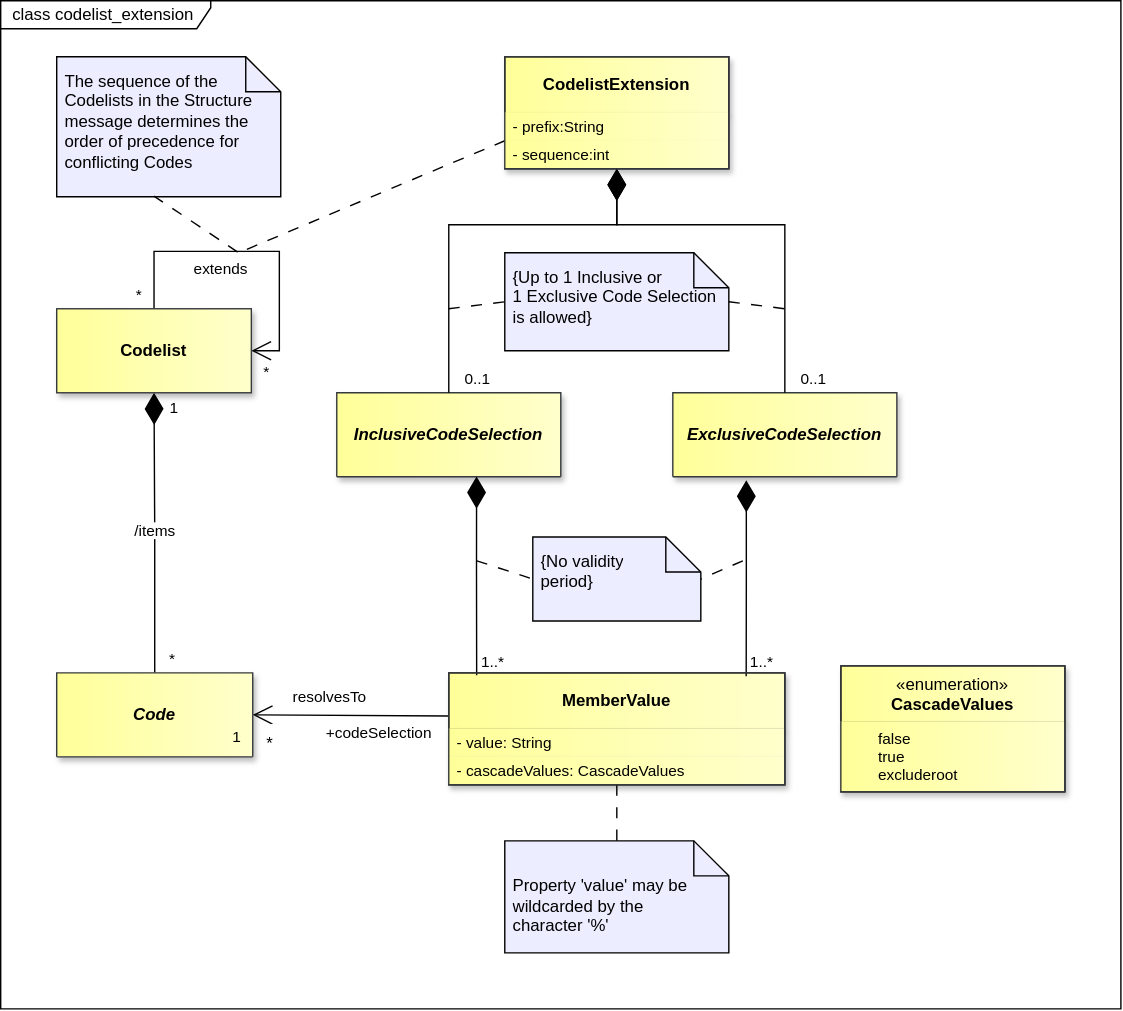
The draw.io diagram docs/information_model/media/sdmx_codelist-codelist_extension.svg in sdmx-twg/sdmx-im, before a commit. Source tidied: cells renumbered, new cells last; positions are measured from the earlier drawing's top-left corner, leaving out a move shared by most shapes.
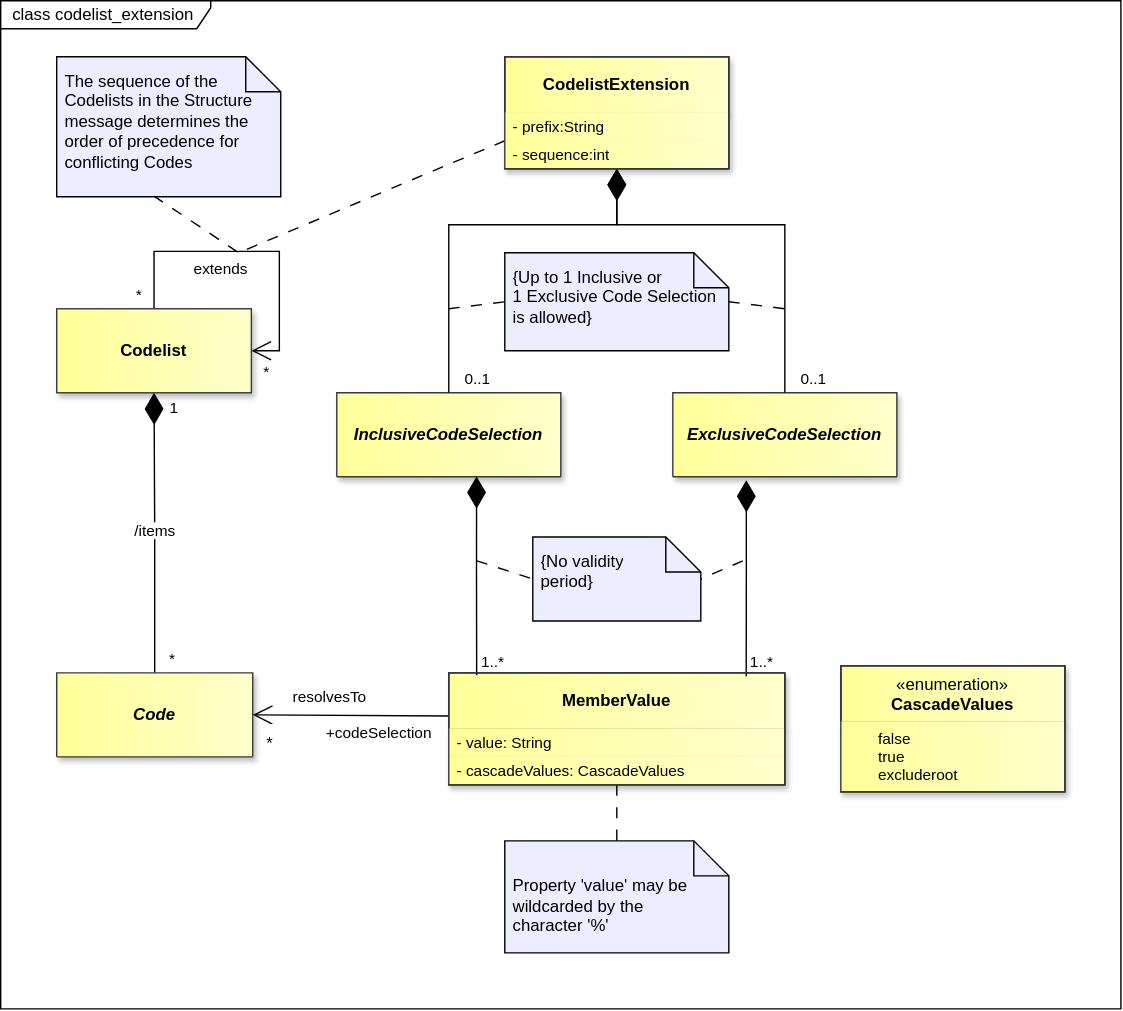
The same file after the commit.

Diff of the diagram source:
```diff
@@ -188,11 +188,6 @@
     <mxCell id="52" value="&lt;span style=&quot;background-color: light-dark(#ffffff, var(--ge-dark-color, #121212));&quot;&gt;resolvesTo&amp;nbsp; &amp;nbsp; &amp;nbsp; &amp;nbsp; &amp;nbsp;&amp;nbsp;&lt;/span&gt;&lt;div&gt;&lt;span style=&quot;background-color: light-dark(#ffffff, var(--ge-dark-color, #121212));&quot;&gt;&lt;br&gt;&lt;/span&gt;&lt;/div&gt;&lt;div style=&quot;text-align: right;&quot;&gt;&lt;span style=&quot;background-color: light-dark(#ffffff, var(--ge-dark-color, #121212));&quot;&gt;&amp;nbsp; &amp;nbsp; &amp;nbsp; &amp;nbsp; &amp;nbsp; &amp;nbsp; &amp;nbsp;+codeSelection&lt;/span&gt;&lt;/div&gt;" style="endArrow=open;html=1;endSize=12;startArrow=none;startSize=20;startFill=0;rounded=0;endFill=0;strokeColor=light-dark(#000000,#FFFFFF);fontColor=light-dark(#000000,#FFFFFF);labelBackgroundColor=none;exitX=0;exitY=0.385;exitDx=0;exitDy=0;entryX=1;entryY=0.5;entryDx=0;entryDy=0;exitPerimeter=0;" parent="1" edge="1" source="31" target="28">
       <mxGeometry relative="1" as="geometry" />
     </mxCell>
-    <mxCell id="53" value="1" style="edgeLabel;html=1;align=right;verticalAlign=top;labelBackgroundColor=none;fontColor=light-dark(#000000,#FFFFFF);" parent="52" vertex="1">
-      <mxGeometry x="1" relative="1" as="geometry">
-        <mxPoint x="-8" y="3" as="offset" />
-      </mxGeometry>
-    </mxCell>
     <mxCell id="54" value="*" style="edgeLabel;html=1;align=center;verticalAlign=middle;fontSize=12;" parent="52" vertex="1">
       <mxGeometry x="0.84" y="-1" relative="1" as="geometry">
         <mxPoint y="21" as="offset" />
```
